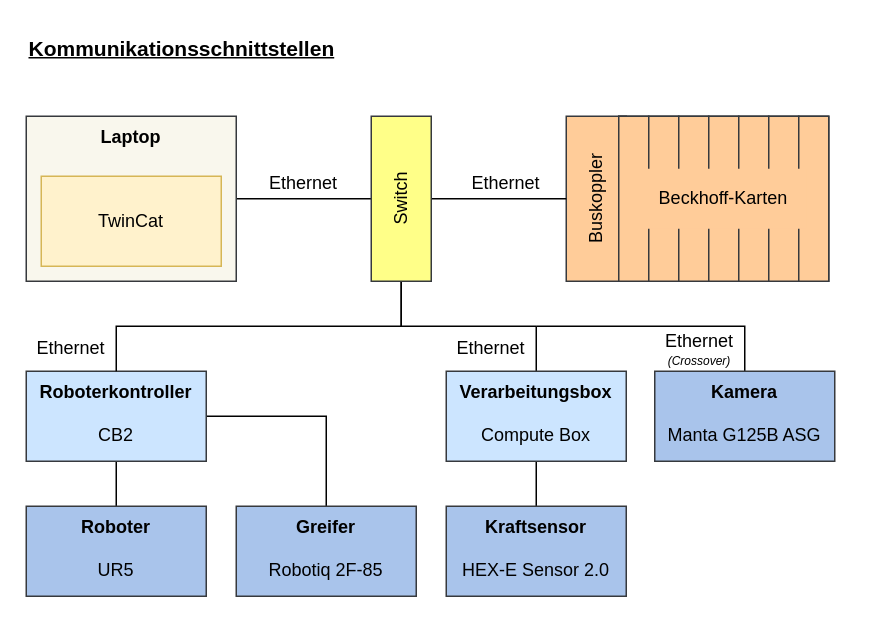
MrZabalu/MasterThesis keeps this draw.io diagram as 04_Umsetzung/01_Arbeistpaket_1/01_Skizzen/Systemtopologie.drawio. Above is the earlier version. Source tidied: cells renumbered, new cells numbered last; positions are measured from the earlier drawing's top-left corner, leaving out a move shared by most shapes. Both pictures are drawn from the tidied source at 150%, with x=0, y=0 at pixel (26, 26).
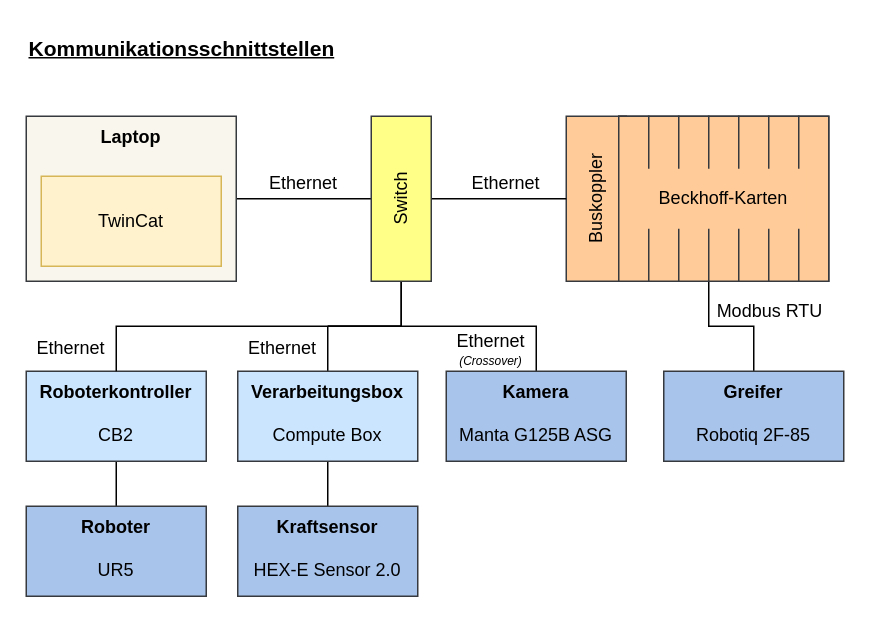
Above is the later version.

The change refers to these unchanged cells:
```xml
<mxCell id="8" value="Roboterkontroller&lt;div&gt;&lt;br&gt;&lt;/div&gt;&lt;div&gt;&lt;span style=&quot;font-weight: normal;&quot;&gt;CB2&lt;/span&gt;&lt;/div&gt;" style="rounded=0;whiteSpace=wrap;html=1;fontStyle=1;verticalAlign=top;fillColor=#cce5ff;strokeColor=#36393d;" parent="1" vertex="1">
  <mxGeometry y="230" width="120" height="60" as="geometry" />
</mxCell>
<mxCell id="20" style="rounded=0;whiteSpace=wrap;html=1;verticalAlign=middle;horizontal=0;fontStyle=0;fillColor=#ffcc99;strokeColor=#36393d;" parent="16" vertex="1">
  <mxGeometry x="60" width="20" height="110" as="geometry" />
</mxCell>
```

What changed in the source:
```diff
@@
-    <mxCell id="7" style="edgeStyle=orthogonalEdgeStyle;rounded=0;jettySize=auto;html=1;entryX=0.5;entryY=0;entryDx=0;entryDy=0;endArrow=none;endFill=0;" parent="1" edge="1" source="8" target="15">
-      <mxGeometry relative="1" as="geometry" />
-    </mxCell>
@@
     <mxCell id="10" style="edgeStyle=orthogonalEdgeStyle;rounded=0;jettySize=auto;html=1;endArrow=none;endFill=0;" parent="1" edge="1" source="11">
       <mxGeometry relative="1" as="geometry">
-        <mxPoint x="340" y="200" as="targetPoint" />
+        <mxPoint x="201" y="200" as="targetPoint" />
       </mxGeometry>
     </mxCell>
     <mxCell id="11" value="Verarbeitungsbox&lt;div&gt;&lt;br&gt;&lt;/div&gt;&lt;div&gt;&lt;span style=&quot;font-weight: normal;&quot;&gt;Compute Box&lt;/span&gt;&lt;/div&gt;" style="rounded=0;whiteSpace=wrap;html=1;fontStyle=1;verticalAlign=top;fillColor=#cce5ff;strokeColor=#36393d;" parent="1" vertex="1">
-      <mxGeometry x="280" y="230" width="120" height="60" as="geometry" />
+      <mxGeometry x="141" y="230" width="120" height="60" as="geometry" />
     </mxCell>
     <mxCell id="12" value="Kraftsensor&lt;div&gt;&lt;br&gt;&lt;/div&gt;&lt;div&gt;&lt;span style=&quot;font-weight: normal;&quot;&gt;HEX-E Sensor 2.0&lt;/span&gt;&lt;/div&gt;" style="rounded=0;whiteSpace=wrap;html=1;fontStyle=1;verticalAlign=top;fillColor=#A9C4EB;strokeColor=#36393d;" parent="1" vertex="1">
-      <mxGeometry x="280" y="320" width="120" height="60" as="geometry" />
+      <mxGeometry x="141" y="320" width="120" height="60" as="geometry" />
     </mxCell>
     <mxCell id="13" style="edgeStyle=orthogonalEdgeStyle;rounded=0;jettySize=auto;html=1;endArrow=none;endFill=0;entryX=1;entryY=0;entryDx=0;entryDy=0;" parent="1" edge="1" source="14" target="33">
       <mxGeometry relative="1" as="geometry">
         <Array as="points">
-          <mxPoint x="479" y="200" />
+          <mxPoint x="340" y="200" />
         </Array>
       </mxGeometry>
     </mxCell>
     <mxCell id="14" value="Kamera&lt;div&gt;&lt;br&gt;&lt;/div&gt;&lt;div&gt;&lt;span style=&quot;font-weight: normal;&quot;&gt;Manta G125B ASG&lt;/span&gt;&lt;/div&gt;" style="rounded=0;whiteSpace=wrap;html=1;fontStyle=1;verticalAlign=top;fillColor=#A9C4EB;strokeColor=#36393d;" parent="1" vertex="1">
-      <mxGeometry x="419" y="230" width="120" height="60" as="geometry" />
+      <mxGeometry x="280" y="230" width="120" height="60" as="geometry" />
     </mxCell>
+    <mxCell id="36" style="edgeStyle=orthogonalEdgeStyle;rounded=0;jettySize=auto;html=1;entryX=0;entryY=1;entryDx=0;entryDy=0;endArrow=none;endFill=0;" parent="1" edge="1" source="15" target="20">
+      <mxGeometry relative="1" as="geometry" />
+    </mxCell>
     <mxCell id="15" value="Greifer&lt;div&gt;&lt;br&gt;&lt;/div&gt;&lt;div&gt;&lt;span&gt;&lt;span style=&quot;font-weight: normal;&quot; dir=&quot;ltr&quot; class=&quot;ui-provider a b c d e f g h i j k l m n o p q r s t u v w x y z ab ac ae af ag ah ai aj ak&quot;&gt;Robotiq 2F-85&lt;/span&gt;&lt;/span&gt;&lt;br&gt;&lt;/div&gt;" style="rounded=0;whiteSpace=wrap;html=1;fontStyle=1;verticalAlign=top;fillColor=#A9C4EB;strokeColor=#36393d;" parent="1" vertex="1">
-      <mxGeometry x="140" y="320" width="120" height="60" as="geometry" />
+      <mxGeometry x="425" y="230" width="120" height="60" as="geometry" />
     </mxCell>
@@
     <mxCell id="27" value="Ethernet&lt;div style=&quot;line-height: 70%;&quot;&gt;&lt;font style=&quot;font-size: 8px;&quot;&gt;&lt;i&gt;(Crossover)&lt;/i&gt;&lt;/font&gt;&lt;/div&gt;" style="text;html=1;align=center;verticalAlign=middle;whiteSpace=wrap;rounded=0;" parent="1" vertex="1">
-      <mxGeometry x="419" y="200" width="60" height="30" as="geometry" />
+      <mxGeometry x="280" y="200" width="60" height="30" as="geometry" />
     </mxCell>
@@
     <mxCell id="33" value="Ethernet" style="text;html=1;align=center;verticalAlign=middle;whiteSpace=wrap;rounded=0;" parent="1" vertex="1">
-      <mxGeometry x="280" y="200" width="60" height="30" as="geometry" />
+      <mxGeometry x="141" y="200" width="60" height="30" as="geometry" />
     </mxCell>
@@
+    <mxCell id="37" value="Modbus RTU" style="text;html=1;align=center;verticalAlign=middle;whiteSpace=wrap;rounded=0;" parent="1" vertex="1">
+      <mxGeometry x="448" y="175" width="96" height="30" as="geometry" />
+    </mxCell>
```
